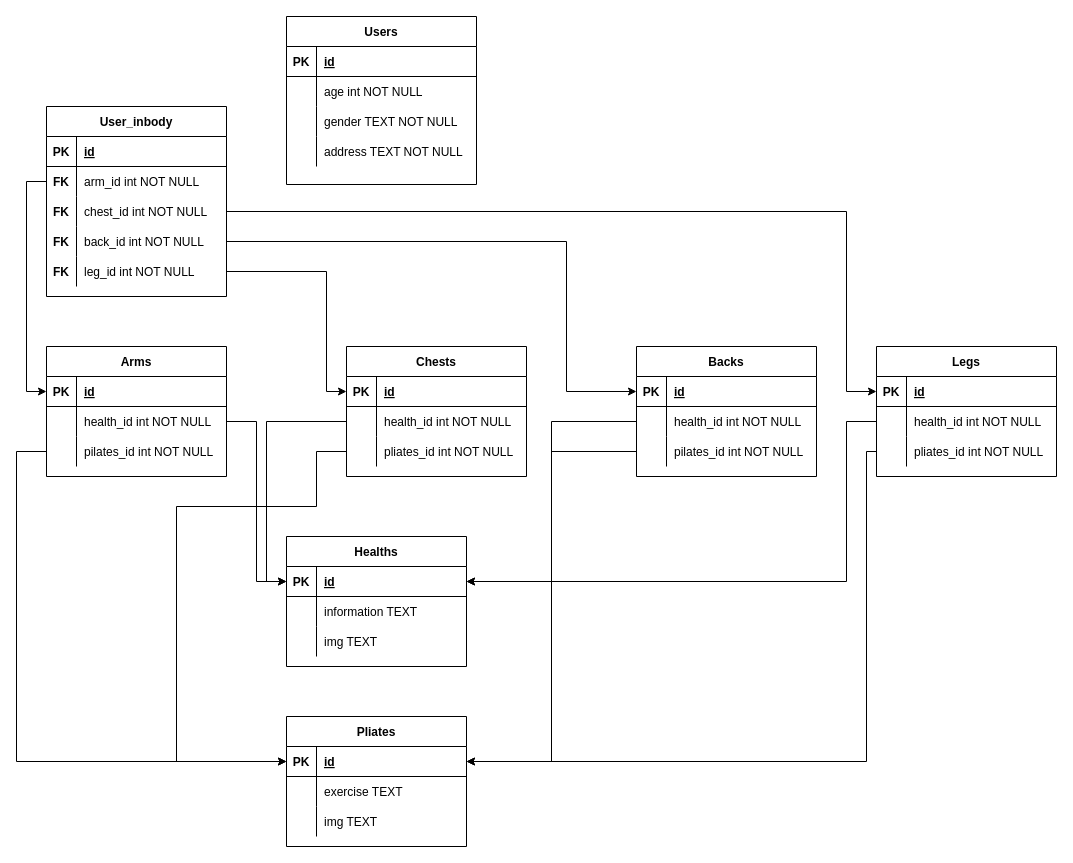
Above: 제목 없는 다이어그램.drawio in kjskjs356/project_health (draw.io), before the change. Source tidied: cells renumbered, new cells numbered last; positions are measured from the earlier drawing's top-left corner, leaving out a move shared by most shapes. Both pictures are drawn from the tidied source at 100%, with x=0, y=0 at pixel (16, 16).
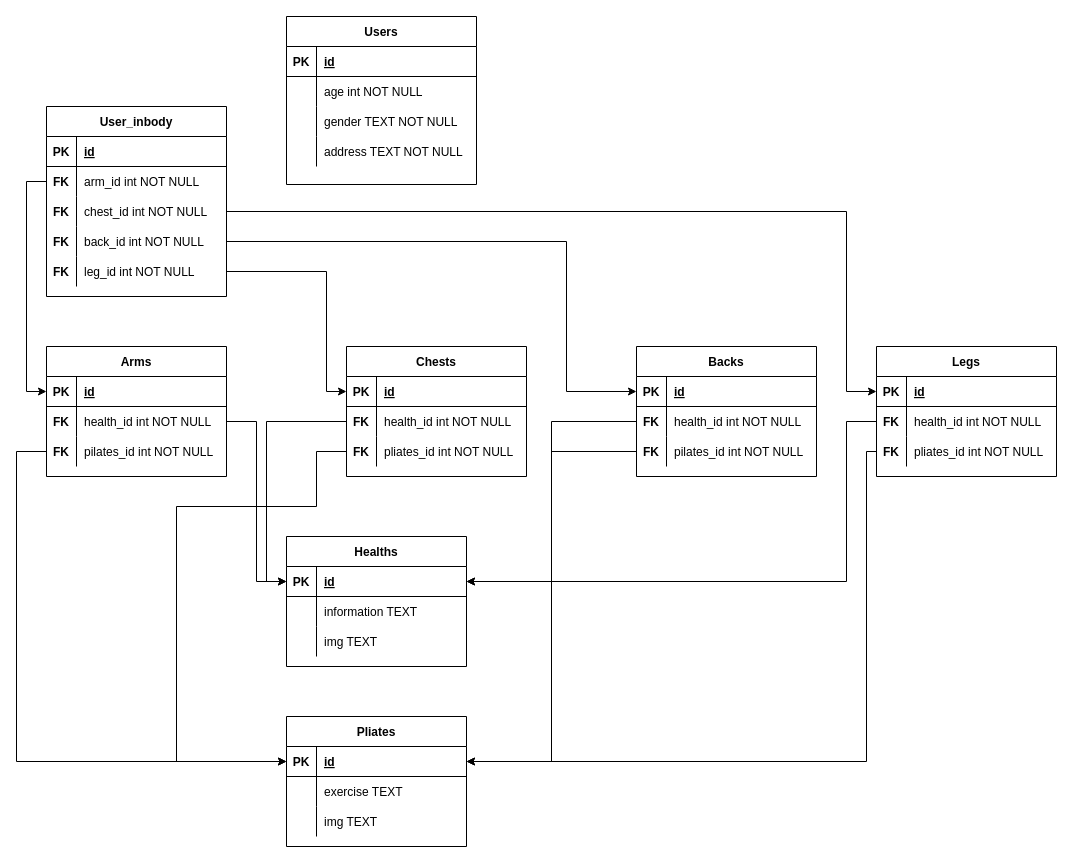
The same diagram, later.

Commit message (it also covers changes not shown here):
제목 없는 다이어그램.drawio 업데이트

The change refers to these unchanged cells:
```xml
<mxCell id="35" style="shape=tableRow;horizontal=0;startSize=0;swimlaneHead=0;swimlaneBody=0;fillColor=none;points=[[0,0.5],[1,0.5]];portConstraint=eastwest;top=0;left=0;right=0;bottom=0;" parent="31" vertex="1">
  <mxGeometry y="60" width="180" height="30" as="geometry" />
</mxCell>
<mxCell id="38" style="shape=tableRow;horizontal=0;startSize=0;swimlaneHead=0;swimlaneBody=0;fillColor=none;points=[[0,0.5],[1,0.5]];portConstraint=eastwest;top=0;left=0;right=0;bottom=0;" parent="31" vertex="1">
  <mxGeometry y="90" width="180" height="30" as="geometry" />
</mxCell>
<mxCell id="45" style="shape=tableRow;horizontal=0;startSize=0;swimlaneHead=0;swimlaneBody=0;fillColor=none;points=[[0,0.5],[1,0.5]];portConstraint=eastwest;top=0;left=0;right=0;bottom=0;" parent="41" vertex="1">
  <mxGeometry y="60" width="180" height="30" as="geometry" />
</mxCell>
<mxCell id="48" style="shape=tableRow;horizontal=0;startSize=0;swimlaneHead=0;swimlaneBody=0;fillColor=none;points=[[0,0.5],[1,0.5]];portConstraint=eastwest;top=0;left=0;right=0;bottom=0;" parent="41" vertex="1">
  <mxGeometry y="90" width="180" height="30" as="geometry" />
</mxCell>
<mxCell id="55" style="shape=tableRow;horizontal=0;startSize=0;swimlaneHead=0;swimlaneBody=0;fillColor=none;points=[[0,0.5],[1,0.5]];portConstraint=eastwest;top=0;left=0;right=0;bottom=0;" parent="51" vertex="1">
  <mxGeometry y="60" width="180" height="30" as="geometry" />
</mxCell>
<mxCell id="58" style="shape=tableRow;horizontal=0;startSize=0;swimlaneHead=0;swimlaneBody=0;fillColor=none;points=[[0,0.5],[1,0.5]];portConstraint=eastwest;top=0;left=0;right=0;bottom=0;" parent="51" vertex="1">
  <mxGeometry y="90" width="180" height="30" as="geometry" />
</mxCell>
<mxCell id="65" style="shape=tableRow;horizontal=0;startSize=0;swimlaneHead=0;swimlaneBody=0;fillColor=none;points=[[0,0.5],[1,0.5]];portConstraint=eastwest;top=0;left=0;right=0;bottom=0;" parent="61" vertex="1">
  <mxGeometry y="60" width="180" height="30" as="geometry" />
</mxCell>
<mxCell id="68" style="shape=tableRow;horizontal=0;startSize=0;swimlaneHead=0;swimlaneBody=0;fillColor=none;points=[[0,0.5],[1,0.5]];portConstraint=eastwest;top=0;left=0;right=0;bottom=0;" parent="61" vertex="1">
  <mxGeometry y="90" width="180" height="30" as="geometry" />
</mxCell>
```

What changed in the source:
```diff
@@
-    <mxCell id="36" style="shape=partialRectangle;fillColor=none;top=0;left=0;bottom=0;right=0;overflow=hidden;" parent="35" vertex="1">
+    <mxCell id="36" value="FK" style="shape=partialRectangle;fillColor=none;top=0;left=0;bottom=0;right=0;overflow=hidden;fontStyle=1;" parent="35" vertex="1">
       <mxGeometry width="30" height="30" as="geometry" />
     </mxCell>
@@
-    <mxCell id="39" style="shape=partialRectangle;fillColor=none;top=0;left=0;bottom=0;right=0;overflow=hidden;" parent="38" vertex="1">
+    <mxCell id="39" value="FK" style="shape=partialRectangle;fillColor=none;top=0;left=0;bottom=0;right=0;overflow=hidden;fontStyle=1;" parent="38" vertex="1">
       <mxGeometry width="30" height="30" as="geometry" />
     </mxCell>
@@
-    <mxCell id="46" style="shape=partialRectangle;fillColor=none;top=0;left=0;bottom=0;right=0;overflow=hidden;" parent="45" vertex="1">
+    <mxCell id="46" value="FK" style="shape=partialRectangle;fillColor=none;top=0;left=0;bottom=0;right=0;overflow=hidden;fontStyle=1;" parent="45" vertex="1">
       <mxGeometry width="30" height="30" as="geometry" />
     </mxCell>
@@
-    <mxCell id="49" style="shape=partialRectangle;fillColor=none;top=0;left=0;bottom=0;right=0;overflow=hidden;" parent="48" vertex="1">
+    <mxCell id="49" value="FK" style="shape=partialRectangle;fillColor=none;top=0;left=0;bottom=0;right=0;overflow=hidden;fontStyle=1;" parent="48" vertex="1">
       <mxGeometry width="30" height="30" as="geometry" />
     </mxCell>
@@
-    <mxCell id="56" style="shape=partialRectangle;fillColor=none;top=0;left=0;bottom=0;right=0;overflow=hidden;" parent="55" vertex="1">
+    <mxCell id="56" value="FK" style="shape=partialRectangle;fillColor=none;top=0;left=0;bottom=0;right=0;overflow=hidden;fontStyle=1;" parent="55" vertex="1">
       <mxGeometry width="30" height="30" as="geometry" />
     </mxCell>
@@
-    <mxCell id="59" style="shape=partialRectangle;fillColor=none;top=0;left=0;bottom=0;right=0;overflow=hidden;" parent="58" vertex="1">
+    <mxCell id="59" value="FK" style="shape=partialRectangle;fillColor=none;top=0;left=0;bottom=0;right=0;overflow=hidden;fontStyle=1;" parent="58" vertex="1">
       <mxGeometry width="30" height="30" as="geometry" />
     </mxCell>
@@
-    <mxCell id="66" style="shape=partialRectangle;fillColor=none;top=0;left=0;bottom=0;right=0;overflow=hidden;" parent="65" vertex="1">
+    <mxCell id="66" value="FK" style="shape=partialRectangle;fillColor=none;top=0;left=0;bottom=0;right=0;overflow=hidden;fontStyle=1;" parent="65" vertex="1">
       <mxGeometry width="30" height="30" as="geometry" />
     </mxCell>
@@
-    <mxCell id="69" style="shape=partialRectangle;fillColor=none;top=0;left=0;bottom=0;right=0;overflow=hidden;" parent="68" vertex="1">
+    <mxCell id="69" value="FK" style="shape=partialRectangle;fillColor=none;top=0;left=0;bottom=0;right=0;overflow=hidden;fontStyle=1;" parent="68" vertex="1">
       <mxGeometry width="30" height="30" as="geometry" />
     </mxCell>
```
